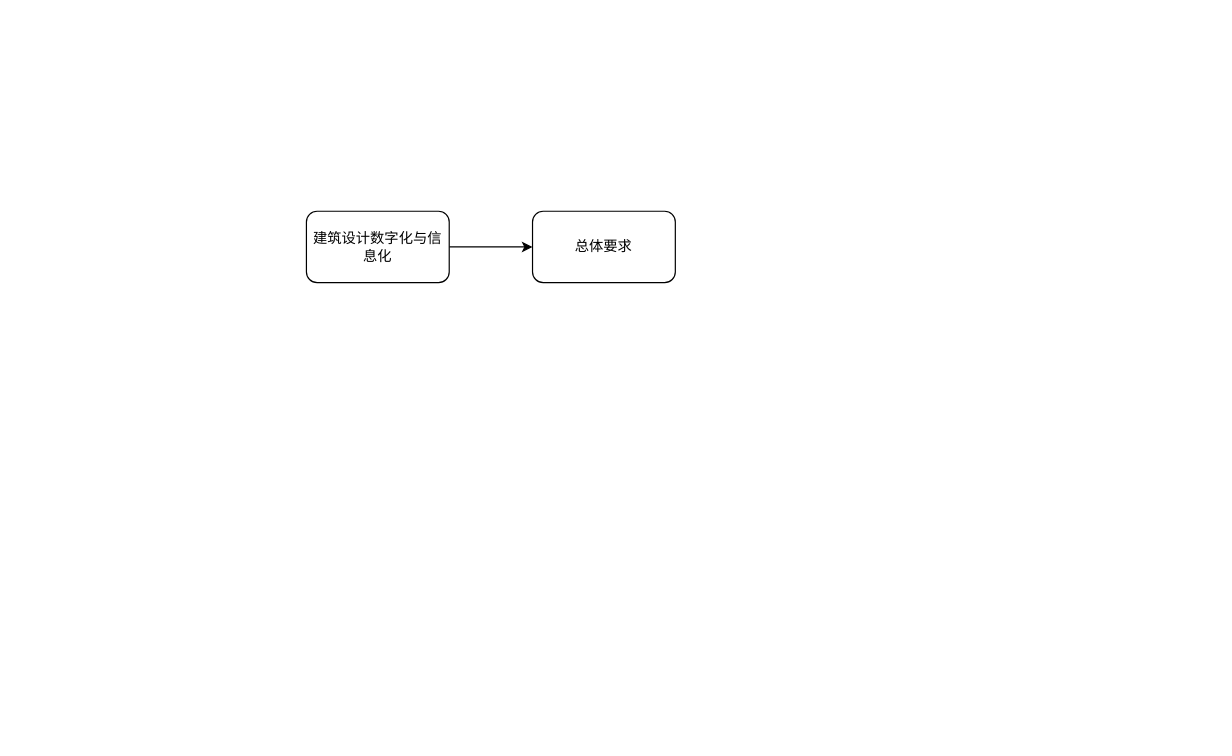
Earlier version of the draw.io diagram BIM咨询业务.drawio (gaochaowyq/MinderGraph). Source tidied: cells renumbered, new cells numbered last; positions are measured from the earlier drawing's top-left corner, leaving out a move shared by most shapes. Both pictures are drawn from the tidied source at 119%, with x=0, y=0 at pixel (306, 211).
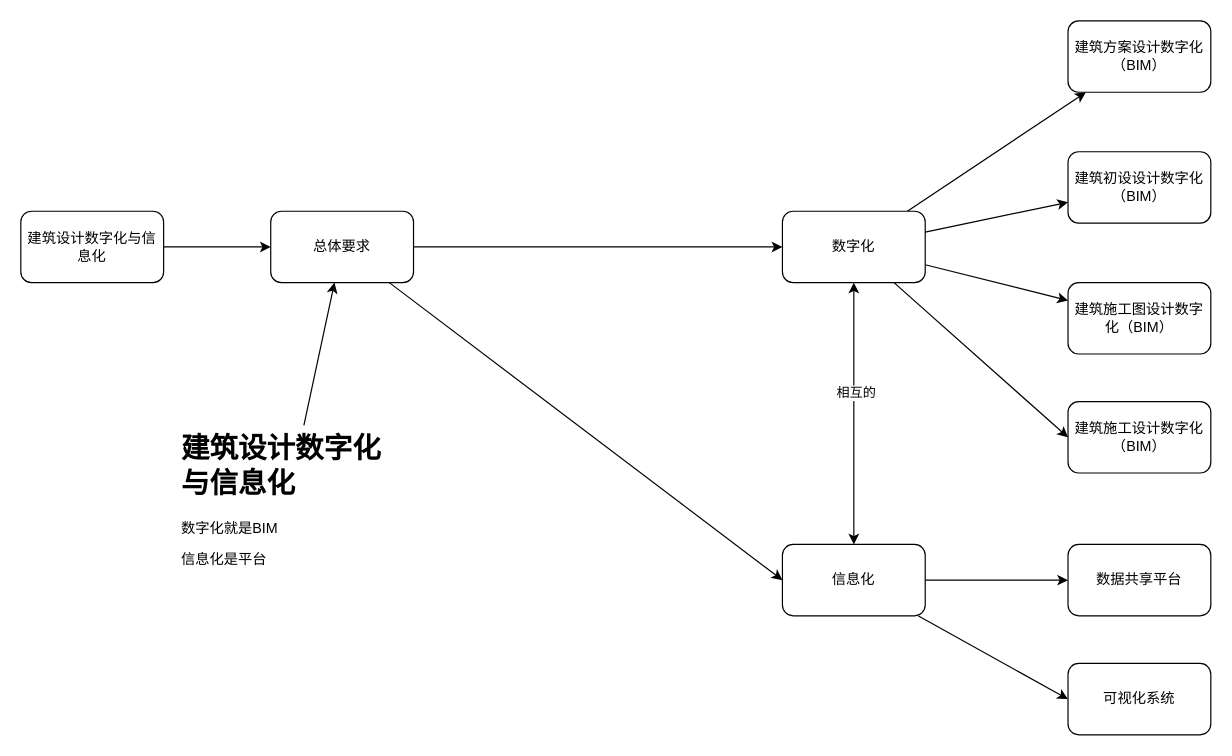
The same page after the edit.

Commit message (it also covers changes not shown here):
更新BIM咨询业务.drawio

Change to the diagram source:
```diff
@@
-    <mxCell id="2" style="edgeStyle=orthogonalEdgeStyle;rounded=0;jettySize=auto;html=1;" parent="1" edge="1" source="3" target="4">
+    <mxCell id="2" style="edgeStyle=orthogonalEdgeStyle;rounded=0;jettySize=auto;html=1;entryX=0;entryY=0.5;entryDx=0;entryDy=0;" parent="1" edge="1" source="3" target="4">
       <mxGeometry relative="1" as="geometry" />
     </mxCell>
     <mxCell id="3" value="建筑设计数字化与信息化" style="rounded=1;whiteSpace=wrap;html=1;" parent="1" vertex="1">
-      <mxGeometry width="120" height="60" as="geometry" />
+      <mxGeometry x="-240" width="120" height="60" as="geometry" />
     </mxCell>
+    <mxCell id="5" style="rounded=0;jettySize=auto;html=1;" parent="1" edge="1" source="4" target="11">
+      <mxGeometry relative="1" as="geometry" />
+    </mxCell>
+    <mxCell id="6" style="rounded=0;jettySize=auto;html=1;entryX=0;entryY=0.5;entryDx=0;entryDy=0;" parent="1" edge="1" source="4" target="22">
+      <mxGeometry relative="1" as="geometry" />
+    </mxCell>
     <mxCell id="4" value="总体要求" style="rounded=1;whiteSpace=wrap;html=1;" parent="1" vertex="1">
-      <mxGeometry x="190" width="120" height="60" as="geometry" />
+      <mxGeometry x="-30" width="120" height="60" as="geometry" />
     </mxCell>
+    <mxCell id="7" style="rounded=0;jettySize=auto;html=1;" parent="1" edge="1" source="11" target="14">
+      <mxGeometry relative="1" as="geometry" />
+    </mxCell>
+    <mxCell id="8" style="rounded=0;jettySize=auto;html=1;" parent="1" edge="1" source="11" target="15">
+      <mxGeometry relative="1" as="geometry" />
+    </mxCell>
+    <mxCell id="9" style="rounded=0;jettySize=auto;html=1;" parent="1" edge="1" source="11" target="16">
+      <mxGeometry relative="1" as="geometry" />
+    </mxCell>
+    <mxCell id="10" style="rounded=0;jettySize=auto;html=1;entryX=0;entryY=0.5;entryDx=0;entryDy=0;" parent="1" edge="1" source="11" target="17">
+      <mxGeometry relative="1" as="geometry" />
+    </mxCell>
+    <mxCell id="11" value="数字化" style="rounded=1;whiteSpace=wrap;html=1;" parent="1" vertex="1">
+      <mxGeometry x="400" width="120" height="60" as="geometry" />
+    </mxCell>
+    <mxCell id="12" style="rounded=0;jettySize=auto;html=1;" parent="1" edge="1" source="13" target="4">
+      <mxGeometry relative="1" as="geometry" />
+    </mxCell>
+    <mxCell id="13" value="&lt;h1&gt;建筑设计数字化与信息化&lt;/h1&gt;&lt;p&gt;数字化就是BIM&lt;/p&gt;&lt;p&gt;信息化是平台&lt;br&gt;&lt;/p&gt;" style="text;html=1;spacing=5;spacingTop=-20;whiteSpace=wrap;overflow=hidden;rounded=0;" parent="1" vertex="1">
+      <mxGeometry x="-110" y="180" width="190" height="120" as="geometry" />
+    </mxCell>
+    <mxCell id="14" value="建筑方案设计数字化（BIM）" style="rounded=1;whiteSpace=wrap;html=1;" parent="1" vertex="1">
+      <mxGeometry x="640" y="-160" width="120" height="60" as="geometry" />
+    </mxCell>
+    <mxCell id="15" value="建筑初设设计数字化（BIM）" style="rounded=1;whiteSpace=wrap;html=1;" parent="1" vertex="1">
+      <mxGeometry x="640" y="-50" width="120" height="60" as="geometry" />
+    </mxCell>
+    <mxCell id="16" value="建筑施工图设计数字化（BIM）" style="rounded=1;whiteSpace=wrap;html=1;" parent="1" vertex="1">
+      <mxGeometry x="640" y="60" width="120" height="60" as="geometry" />
+    </mxCell>
+    <mxCell id="17" value="建筑施工设计数字化（BIM）" style="rounded=1;whiteSpace=wrap;html=1;" parent="1" vertex="1">
+      <mxGeometry x="640" y="160" width="120" height="60" as="geometry" />
+    </mxCell>
+    <mxCell id="18" style="edgeStyle=orthogonalEdgeStyle;rounded=0;jettySize=auto;html=1;entryX=0.5;entryY=1;entryDx=0;entryDy=0;startArrow=classic;startFill=1;" parent="1" edge="1" source="22" target="11">
+      <mxGeometry relative="1" as="geometry" />
+    </mxCell>
+    <mxCell id="19" value="相互的" style="edgeLabel;html=1;align=center;verticalAlign=middle;" parent="18" vertex="1">
+      <mxGeometry x="0.16" y="-1" relative="1" as="geometry" />
+    </mxCell>
+    <mxCell id="20" style="edgeStyle=orthogonalEdgeStyle;rounded=0;jettySize=auto;html=1;" parent="1" edge="1" source="22" target="23">
+      <mxGeometry relative="1" as="geometry" />
+    </mxCell>
+    <mxCell id="21" style="rounded=0;jettySize=auto;html=1;entryX=0;entryY=0.5;entryDx=0;entryDy=0;" parent="1" edge="1" source="22" target="24">
+      <mxGeometry relative="1" as="geometry" />
+    </mxCell>
+    <mxCell id="22" value="信息化" style="rounded=1;whiteSpace=wrap;html=1;" parent="1" vertex="1">
+      <mxGeometry x="400" y="280" width="120" height="60" as="geometry" />
+    </mxCell>
+    <mxCell id="23" value="数据共享平台" style="rounded=1;whiteSpace=wrap;html=1;" parent="1" vertex="1">
+      <mxGeometry x="640" y="280" width="120" height="60" as="geometry" />
+    </mxCell>
+    <mxCell id="24" value="可视化系统" style="rounded=1;whiteSpace=wrap;html=1;" parent="1" vertex="1">
+      <mxGeometry x="640" y="380" width="120" height="60" as="geometry" />
+    </mxCell>
```
